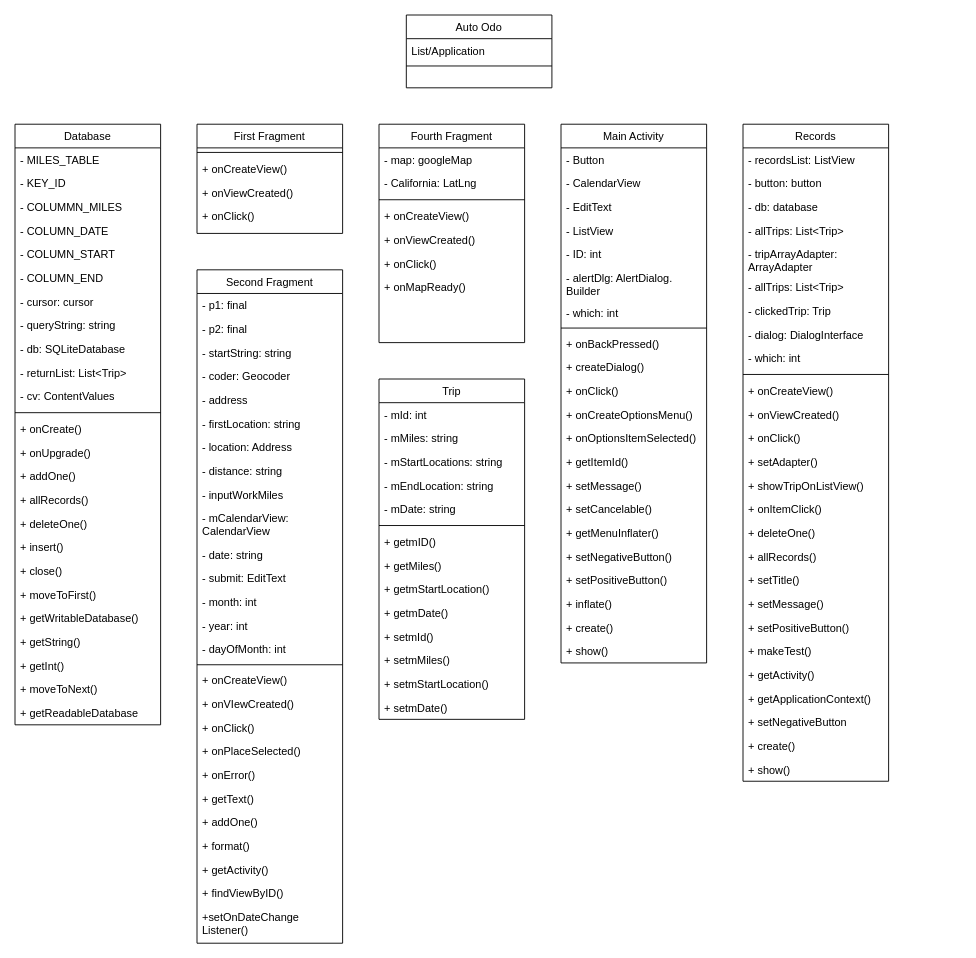
The draw.io diagram diagrams/CRC_Diagram.drawio in patriciaong977/AutoOdo, before the edit. Source tidied: cells renumbered, new cells numbered last; positions are measured from the earlier drawing's top-left corner, leaving out a move shared by most shapes. Both pictures are drawn from the tidied source at 91%, with x=0, y=0 at pixel (15, 15).
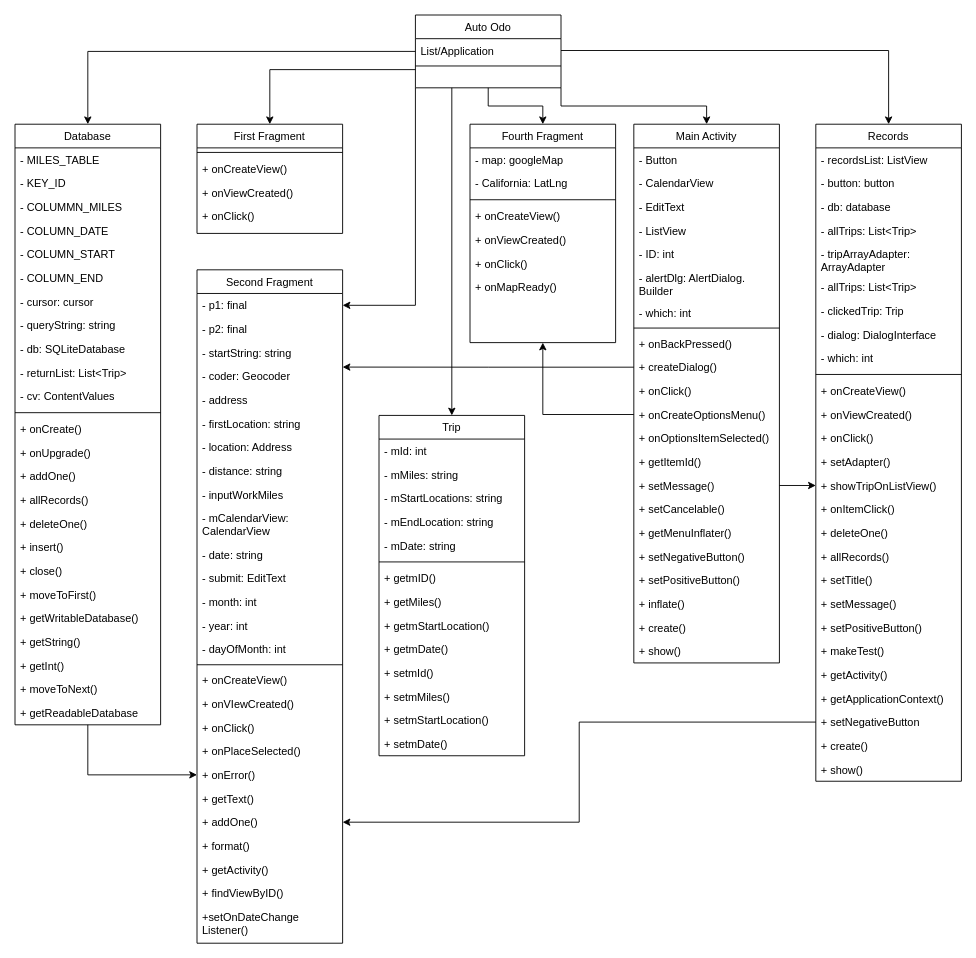
The same diagram, later.

Unchanged cells that the change refers to:
```xml
<mxCell id="18" value="Database" style="swimlane;fontStyle=0;align=center;verticalAlign=top;horizontal=1;startSize=26;rounded=0;shadow=0;strokeWidth=1;" parent="1" vertex="1">
  <mxGeometry y="120" width="160" height="660" as="geometry" />
</mxCell>
<mxCell id="61" value="+ showTripOnListView()" style="text;align=left;verticalAlign=top;spacingLeft=4;spacingRight=4;overflow=hidden;points=[[0,0.5],[1,0.5]];portConstraint=eastwest;" parent="45" vertex="1">
  <mxGeometry y="384" width="160" height="26" as="geometry" />
</mxCell>
<mxCell id="71" value="+ setNegativeButton" style="text;align=left;verticalAlign=top;spacingLeft=4;spacingRight=4;overflow=hidden;points=[[0,0.5],[1,0.5]];portConstraint=eastwest;" parent="45" vertex="1">
  <mxGeometry y="644" width="160" height="26" as="geometry" />
</mxCell>
<mxCell id="75" value="List/Application" style="text;align=left;verticalAlign=top;spacingLeft=4;spacingRight=4;overflow=hidden;points=[[0,0.5],[1,0.5]];portConstraint=eastwest;rounded=0;shadow=0;html=0;" parent="74" vertex="1">
  <mxGeometry y="26" width="160" height="26" as="geometry" />
</mxCell>
<mxCell id="77" value="First Fragment" style="swimlane;fontStyle=0;align=center;verticalAlign=top;horizontal=1;startSize=26;rounded=0;shadow=0;strokeWidth=1;" parent="1" vertex="1">
  <mxGeometry x="200" y="120" width="160" height="120" as="geometry" />
</mxCell>
<mxCell id="100" value="+ createDialog()" style="text;align=left;verticalAlign=top;spacingLeft=4;spacingRight=4;overflow=hidden;points=[[0,0.5],[1,0.5]];portConstraint=eastwest;rounded=0;shadow=0;html=0;" parent="90" vertex="1">
  <mxGeometry y="254" width="160" height="26" as="geometry" />
</mxCell>
<mxCell id="102" value="+ onCreateOptionsMenu()" style="text;align=left;verticalAlign=top;spacingLeft=4;spacingRight=4;overflow=hidden;points=[[0,0.5],[1,0.5]];portConstraint=eastwest;rounded=0;shadow=0;html=0;" parent="90" vertex="1">
  <mxGeometry y="306" width="160" height="26" as="geometry" />
</mxCell>
<mxCell id="105" value="+ setMessage()" style="text;align=left;verticalAlign=top;spacingLeft=4;spacingRight=4;overflow=hidden;points=[[0,0.5],[1,0.5]];portConstraint=eastwest;" parent="90" vertex="1">
  <mxGeometry y="384" width="160" height="26" as="geometry" />
</mxCell>
<mxCell id="114" value="- p1: final" style="text;align=left;verticalAlign=top;spacingLeft=4;spacingRight=4;overflow=hidden;points=[[0,0.5],[1,0.5]];portConstraint=eastwest;fontStyle=0;" parent="113" vertex="1">
  <mxGeometry y="26" width="160" height="26" as="geometry" />
</mxCell>
<mxCell id="117" value="- coder: Geocoder" style="text;align=left;verticalAlign=top;spacingLeft=4;spacingRight=4;overflow=hidden;points=[[0,0.5],[1,0.5]];portConstraint=eastwest;rounded=0;shadow=0;html=0;" parent="113" vertex="1">
  <mxGeometry y="104" width="160" height="26" as="geometry" />
</mxCell>
<mxCell id="134" value="+ onError()" style="text;align=left;verticalAlign=top;spacingLeft=4;spacingRight=4;overflow=hidden;points=[[0,0.5],[1,0.5]];portConstraint=eastwest;rounded=0;shadow=0;html=0;" parent="113" vertex="1">
  <mxGeometry y="542" width="160" height="26" as="geometry" />
</mxCell>
<mxCell id="136" value="+ addOne()" style="text;align=left;verticalAlign=top;spacingLeft=4;spacingRight=4;overflow=hidden;points=[[0,0.5],[1,0.5]];portConstraint=eastwest;rounded=0;shadow=0;html=0;" parent="113" vertex="1">
  <mxGeometry y="594" width="160" height="26" as="geometry" />
</mxCell>
```

Diff of the diagram source:
```diff
@@
     <mxCell id="2" value="Trip" style="swimlane;fontStyle=0;align=center;verticalAlign=top;horizontal=1;startSize=26;rounded=0;shadow=0;strokeWidth=1;" parent="1" vertex="1">
-      <mxGeometry x="400" y="400" width="160" height="374" as="geometry" />
+      <mxGeometry x="400" y="440" width="160" height="374" as="geometry" />
     </mxCell>
@@
+    <mxCell id="141" style="edgeStyle=orthogonalEdgeStyle;rounded=0;jettySize=auto;html=1;exitX=0.5;exitY=1;exitDx=0;exitDy=0;entryX=0;entryY=0.5;entryDx=0;entryDy=0;" parent="1" edge="1" source="18" target="134">
+      <mxGeometry relative="1" as="geometry" />
+    </mxCell>
@@
     <mxCell id="45" value="Records" style="swimlane;fontStyle=0;align=center;verticalAlign=top;horizontal=1;startSize=26;rounded=0;shadow=0;strokeWidth=1;" parent="1" vertex="1">
-      <mxGeometry x="800" y="120" width="160" height="722" as="geometry" />
+      <mxGeometry x="880" y="120" width="160" height="722" as="geometry" />
     </mxCell>
@@
+    <mxCell id="142" style="edgeStyle=orthogonalEdgeStyle;rounded=0;jettySize=auto;html=1;exitX=0;exitY=0.5;exitDx=0;exitDy=0;" parent="1" edge="1" source="74" target="18">
+      <mxGeometry relative="1" as="geometry" />
+    </mxCell>
+    <mxCell id="143" style="edgeStyle=orthogonalEdgeStyle;rounded=0;jettySize=auto;html=1;exitX=0;exitY=0.75;exitDx=0;exitDy=0;entryX=0.5;entryY=0;entryDx=0;entryDy=0;" parent="1" edge="1" source="74" target="77">
+      <mxGeometry relative="1" as="geometry" />
+    </mxCell>
+    <mxCell id="144" style="edgeStyle=orthogonalEdgeStyle;rounded=0;jettySize=auto;html=1;exitX=0;exitY=1;exitDx=0;exitDy=0;entryX=1;entryY=0.5;entryDx=0;entryDy=0;" parent="1" edge="1" source="74" target="114">
+      <mxGeometry relative="1" as="geometry" />
+    </mxCell>
+    <mxCell id="145" style="edgeStyle=orthogonalEdgeStyle;rounded=0;jettySize=auto;html=1;exitX=0.25;exitY=1;exitDx=0;exitDy=0;entryX=0.5;entryY=0;entryDx=0;entryDy=0;" parent="1" edge="1" source="74" target="2">
+      <mxGeometry relative="1" as="geometry" />
+    </mxCell>
+    <mxCell id="146" style="edgeStyle=orthogonalEdgeStyle;rounded=0;jettySize=auto;html=1;exitX=0.5;exitY=1;exitDx=0;exitDy=0;entryX=0.5;entryY=0;entryDx=0;entryDy=0;" parent="1" edge="1" source="74" target="82">
+      <mxGeometry relative="1" as="geometry" />
+    </mxCell>
+    <mxCell id="147" style="edgeStyle=orthogonalEdgeStyle;rounded=0;jettySize=auto;html=1;exitX=1;exitY=1;exitDx=0;exitDy=0;entryX=0.5;entryY=0;entryDx=0;entryDy=0;" parent="1" edge="1" source="74" target="90">
+      <mxGeometry relative="1" as="geometry" />
+    </mxCell>
     <mxCell id="74" value="Auto Odo" style="swimlane;fontStyle=0;align=center;verticalAlign=top;horizontal=1;startSize=26;rounded=0;shadow=0;strokeWidth=1;" parent="1" vertex="1">
-      <mxGeometry x="430" width="160" height="80" as="geometry" />
+      <mxGeometry x="440" width="160" height="80" as="geometry" />
     </mxCell>
@@
     <mxCell id="82" value="Fourth Fragment" style="swimlane;fontStyle=0;align=center;verticalAlign=top;horizontal=1;startSize=26;rounded=0;shadow=0;strokeWidth=1;" parent="1" vertex="1">
-      <mxGeometry x="400" y="120" width="160" height="240" as="geometry" />
+      <mxGeometry x="500" y="120" width="160" height="240" as="geometry" />
     </mxCell>
@@
     <mxCell id="90" value="Main Activity" style="swimlane;fontStyle=0;align=center;verticalAlign=top;horizontal=1;startSize=26;rounded=0;shadow=0;strokeWidth=1;" parent="1" vertex="1">
-      <mxGeometry x="600" y="120" width="160" height="592" as="geometry" />
+      <mxGeometry x="680" y="120" width="160" height="592" as="geometry" />
     </mxCell>
@@
+    <mxCell id="148" style="edgeStyle=orthogonalEdgeStyle;rounded=0;jettySize=auto;html=1;exitX=1;exitY=0.5;exitDx=0;exitDy=0;entryX=0.5;entryY=0;entryDx=0;entryDy=0;" parent="1" edge="1" source="75" target="45">
+      <mxGeometry relative="1" as="geometry" />
+    </mxCell>
+    <mxCell id="149" style="edgeStyle=orthogonalEdgeStyle;rounded=0;jettySize=auto;html=1;exitX=0;exitY=0.5;exitDx=0;exitDy=0;entryX=1;entryY=0.5;entryDx=0;entryDy=0;" parent="1" edge="1" source="71" target="136">
+      <mxGeometry relative="1" as="geometry" />
+    </mxCell>
+    <mxCell id="150" style="edgeStyle=orthogonalEdgeStyle;rounded=0;jettySize=auto;html=1;exitX=0;exitY=0.5;exitDx=0;exitDy=0;entryX=1;entryY=0.111;entryDx=0;entryDy=0;entryPerimeter=0;" parent="1" edge="1" source="100" target="117">
+      <mxGeometry relative="1" as="geometry" />
+    </mxCell>
+    <mxCell id="151" style="edgeStyle=orthogonalEdgeStyle;rounded=0;jettySize=auto;html=1;exitX=0;exitY=0.5;exitDx=0;exitDy=0;entryX=0.5;entryY=1;entryDx=0;entryDy=0;" parent="1" edge="1" source="102" target="82">
+      <mxGeometry relative="1" as="geometry" />
+    </mxCell>
+    <mxCell id="152" style="edgeStyle=orthogonalEdgeStyle;rounded=0;jettySize=auto;html=1;exitX=1;exitY=0.5;exitDx=0;exitDy=0;entryX=0;entryY=0.5;entryDx=0;entryDy=0;" parent="1" edge="1" source="105" target="61">
+      <mxGeometry relative="1" as="geometry" />
+    </mxCell>
```
